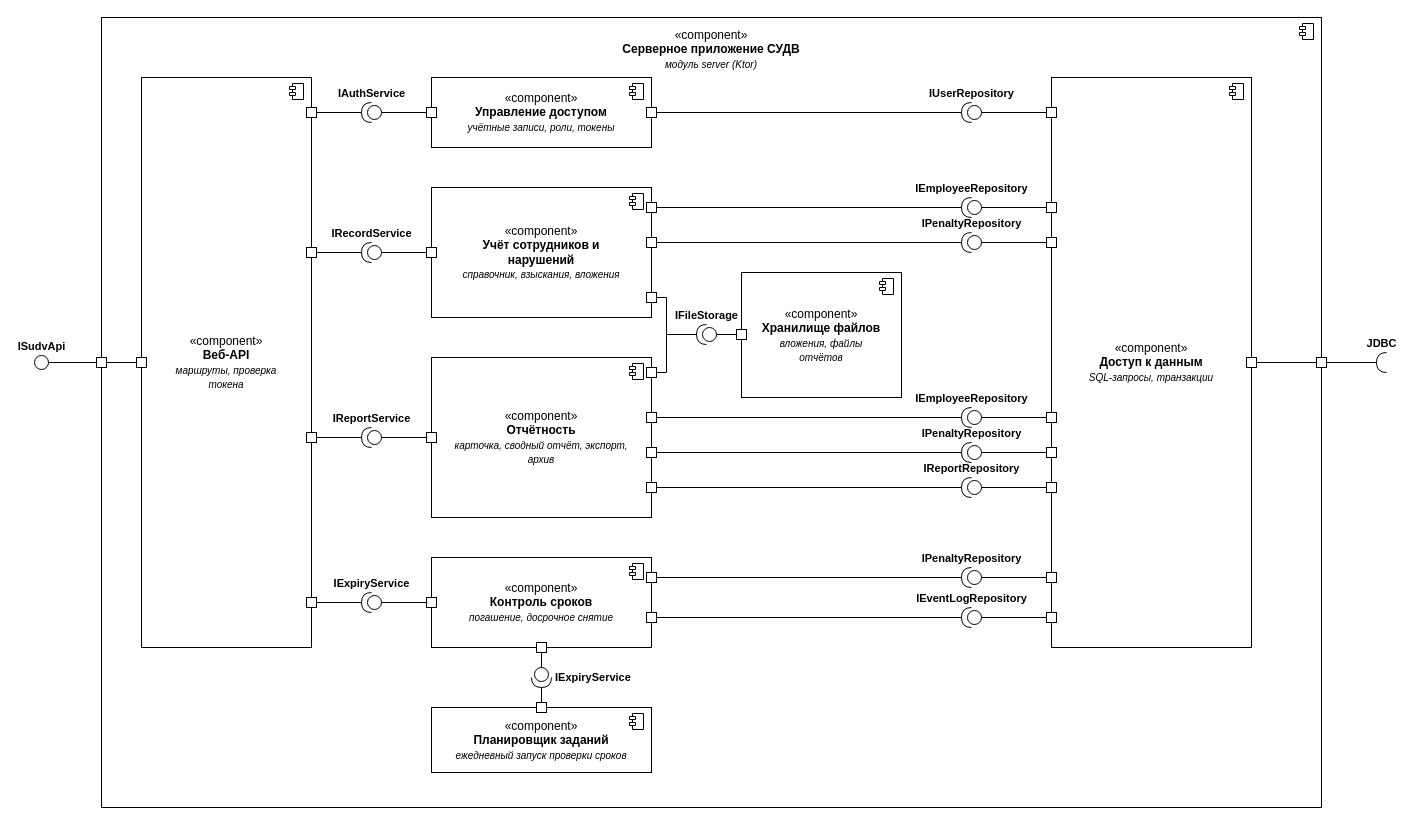
Before: page "13_components_server" (3 of 5) of docs/diagrams/practices_6-7.drawio in HayKor/io-kursach, a draw.io diagram. Source tidied: cells renumbered, new cells numbered last; positions are measured from the earlier drawing's top-left corner, leaving out a move shared by most shapes. Both pictures are drawn from the tidied source at 100%, with x=0, y=0 at pixel (34, 17).
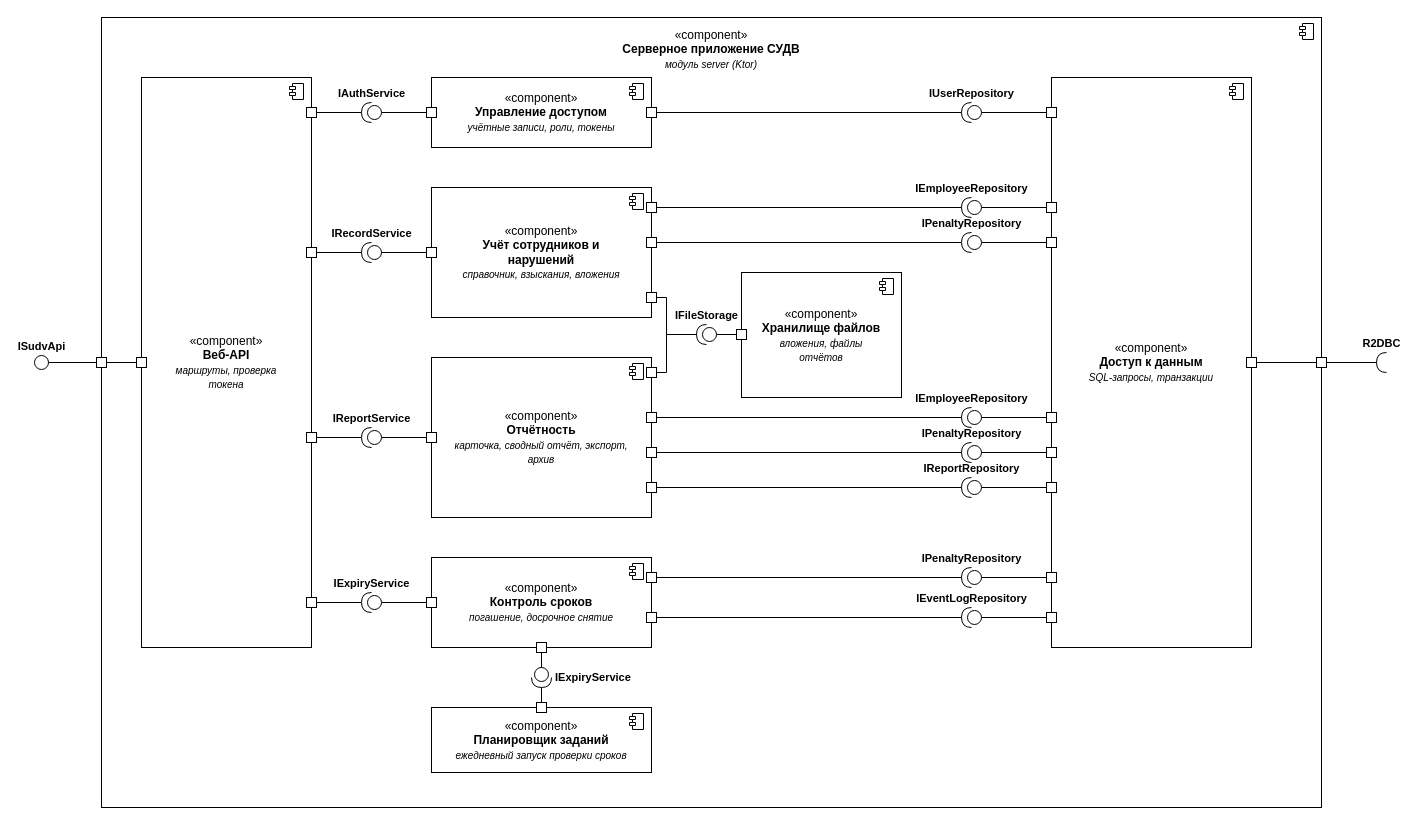
After the change.

Change to the diagram source:
```diff
@@
-    <mxCell id="100" value="JDBC" style="shape=requiredInterface;html=1;fontSize=11;fontStyle=1;fontFamily=Arial;direction=west;verticalLabelPosition=top;verticalAlign=bottom;" parent="1" vertex="1">
+    <mxCell id="100" value="R2DBC" style="shape=requiredInterface;html=1;fontSize=11;fontStyle=1;fontFamily=Arial;direction=west;verticalLabelPosition=top;verticalAlign=bottom;" parent="1" vertex="1">
       <mxGeometry x="1342" y="335" width="10" height="20" as="geometry" />
     </mxCell>
```
